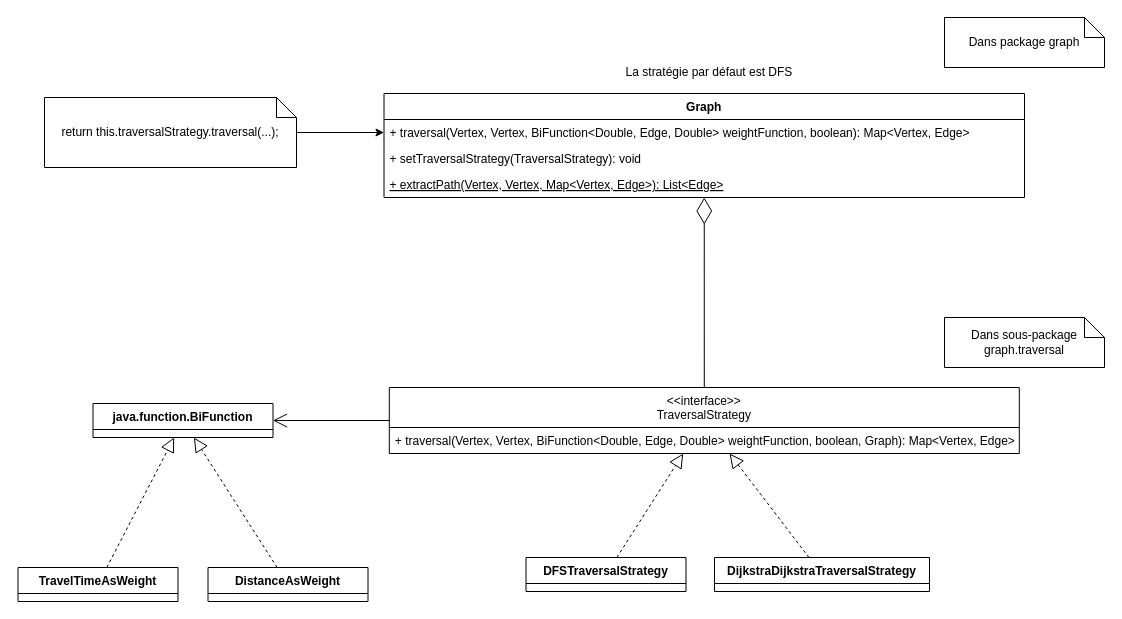
This is specification/diagrams/strategy-pattern.drawio from SkyNalix/MoriaMap, a draw.io file, before an edit. Source tidied: cells renumbered, new cells numbered last; positions are measured from the earlier drawing's top-left corner, leaving out a move shared by most shapes. Both pictures are drawn from the tidied source at 100%, with x=0, y=0 at pixel (18, 17).
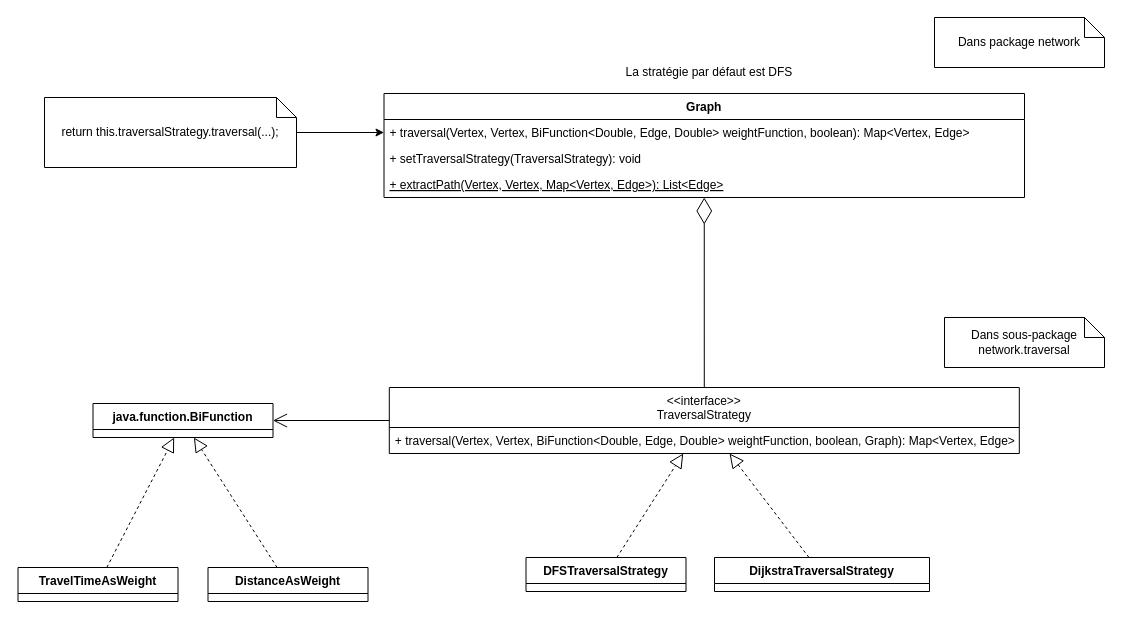
After the change.

Diff of the diagram source:
```diff
@@
-    <mxCell id="7" value="DijkstraDijkstraTraversalStrategy" style="swimlane;fontStyle=1;align=center;verticalAlign=top;horizontal=1;startSize=26;" parent="1" vertex="1">
+    <mxCell id="7" value="DijkstraTraversalStrategy" style="swimlane;fontStyle=1;align=center;verticalAlign=top;horizontal=1;startSize=26;" parent="1" vertex="1">
       <mxGeometry x="696" y="540" width="215" height="34" as="geometry" />
     </mxCell>
@@
-    <mxCell id="22" value="Dans package graph" style="shape=note;size=20;whiteSpace=wrap;html=1;" parent="1" vertex="1">
-      <mxGeometry x="926" width="160" height="50" as="geometry" />
+    <mxCell id="22" value="Dans package network" style="shape=note;size=20;whiteSpace=wrap;html=1;" parent="1" vertex="1">
+      <mxGeometry x="916" width="170" height="50" as="geometry" />
     </mxCell>
-    <mxCell id="23" value="Dans sous-package graph.traversal" style="shape=note;size=20;whiteSpace=wrap;html=1;" parent="1" vertex="1">
+    <mxCell id="23" value="Dans sous-package network.traversal" style="shape=note;size=20;whiteSpace=wrap;html=1;" parent="1" vertex="1">
       <mxGeometry x="926" y="300" width="160" height="50" as="geometry" />
     </mxCell>
```
